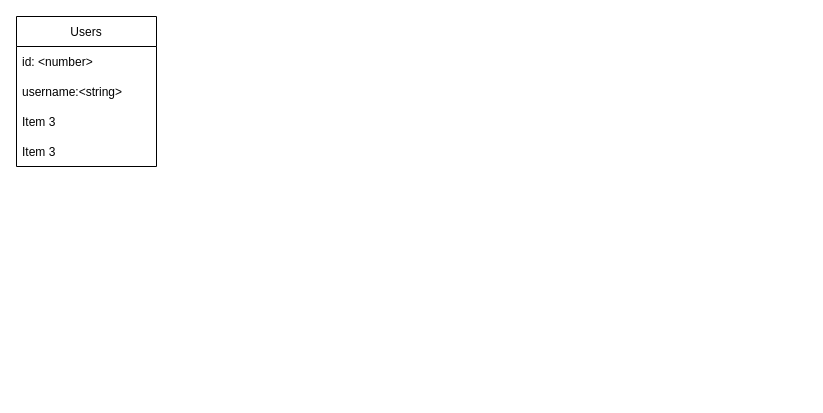
89224747505/diagrams keeps this draw.io diagram as Social DB.drawio. Above is the earlier version. Source tidied: cells renumbered, new cells numbered last; positions are measured from the earlier drawing's top-left corner, leaving out a move shared by most shapes. Both pictures are drawn from the tidied source at 100%, with x=0, y=0 at pixel (16, 16).
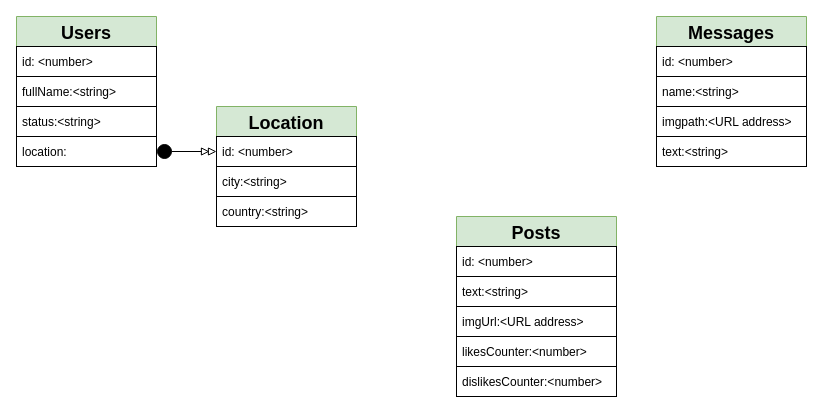
Above is the later version.

What changed in the source:
```diff
@@
-    <mxCell id="2" value="Users" style="swimlane;fontStyle=0;horizontal=1;startSize=30;" parent="1" vertex="1">
+    <mxCell id="2" value="Users" style="swimlane;fontStyle=1;horizontal=1;startSize=30;fontSize=18;fillColor=#d5e8d4;strokeColor=#82b366;" parent="1" vertex="1">
       <mxGeometry width="140" height="150" as="geometry" />
     </mxCell>
-    <mxCell id="3" value="id: &lt;number&gt;" style="text;strokeColor=none;fillColor=none;align=left;verticalAlign=middle;spacingLeft=4;spacingRight=4;overflow=hidden;" parent="2" vertex="1">
+    <mxCell id="3" value="id: &lt;number&gt;" style="text;strokeColor=default;fillColor=none;align=left;verticalAlign=middle;spacingLeft=4;spacingRight=4;overflow=hidden;" parent="2" vertex="1">
       <mxGeometry y="30" width="140" height="30" as="geometry" />
     </mxCell>
-    <mxCell id="4" value="username:&lt;string&gt;" style="text;strokeColor=none;fillColor=none;align=left;verticalAlign=middle;spacingLeft=4;spacingRight=4;overflow=hidden;" parent="2" vertex="1">
+    <mxCell id="4" value="fullName:&lt;string&gt;" style="text;strokeColor=default;fillColor=none;align=left;verticalAlign=middle;spacingLeft=4;spacingRight=4;overflow=hidden;" parent="2" vertex="1">
       <mxGeometry y="60" width="140" height="30" as="geometry" />
     </mxCell>
-    <mxCell id="5" value="Item 3" style="text;strokeColor=none;fillColor=none;align=left;verticalAlign=middle;spacingLeft=4;spacingRight=4;overflow=hidden;" parent="2" vertex="1">
+    <mxCell id="5" value="status:&lt;string&gt;" style="text;strokeColor=default;fillColor=none;align=left;verticalAlign=middle;spacingLeft=4;spacingRight=4;overflow=hidden;glass=0;" parent="2" vertex="1">
       <mxGeometry y="90" width="140" height="30" as="geometry" />
     </mxCell>
-    <mxCell id="6" value="Item 3" style="text;strokeColor=none;fillColor=none;align=left;verticalAlign=middle;spacingLeft=4;spacingRight=4;overflow=hidden;points=[[0,0.5],[1,0.5]];portConstraint=eastwest;" parent="2" vertex="1">
+    <mxCell id="6" value="location:" style="text;strokeColor=default;fillColor=none;align=left;verticalAlign=middle;spacingLeft=4;spacingRight=4;overflow=hidden;points=[[0,0.5],[1,0.5]];portConstraint=eastwest;" parent="2" vertex="1">
       <mxGeometry y="120" width="140" height="30" as="geometry" />
     </mxCell>
+    <mxCell id="7" value="Posts" style="swimlane;fontStyle=1;horizontal=1;startSize=30;fontSize=18;fillColor=#d5e8d4;strokeColor=#82b366;" parent="1" vertex="1">
+      <mxGeometry x="440" y="200" width="160" height="180" as="geometry" />
+    </mxCell>
+    <mxCell id="8" value="id: &lt;number&gt;" style="text;strokeColor=default;fillColor=none;align=left;verticalAlign=middle;spacingLeft=4;spacingRight=4;overflow=hidden;" parent="7" vertex="1">
+      <mxGeometry y="30" width="160" height="30" as="geometry" />
+    </mxCell>
+    <mxCell id="9" value="text:&lt;string&gt;" style="text;strokeColor=default;fillColor=none;align=left;verticalAlign=middle;spacingLeft=4;spacingRight=4;overflow=hidden;" parent="7" vertex="1">
+      <mxGeometry y="60" width="160" height="30" as="geometry" />
+    </mxCell>
+    <mxCell id="10" value="imgUrl:&lt;URL address&gt;" style="text;strokeColor=default;fillColor=none;align=left;verticalAlign=middle;spacingLeft=4;spacingRight=4;overflow=hidden;glass=0;" parent="7" vertex="1">
+      <mxGeometry y="90" width="160" height="30" as="geometry" />
+    </mxCell>
+    <mxCell id="11" value="likesCounter:&lt;number&gt;" style="text;strokeColor=default;fillColor=none;align=left;verticalAlign=middle;spacingLeft=4;spacingRight=4;overflow=hidden;" parent="7" vertex="1">
+      <mxGeometry y="120" width="160" height="30" as="geometry" />
+    </mxCell>
+    <mxCell id="12" value="dislikesCounter:&lt;number&gt;" style="text;strokeColor=default;fillColor=none;align=left;verticalAlign=middle;spacingLeft=4;spacingRight=4;overflow=hidden;" parent="7" vertex="1">
+      <mxGeometry y="150" width="160" height="30" as="geometry" />
+    </mxCell>
+    <mxCell id="13" value="Messages" style="swimlane;fontStyle=1;horizontal=1;startSize=30;fontSize=18;fillColor=#d5e8d4;strokeColor=#82b366;" parent="1" vertex="1">
+      <mxGeometry x="640" width="150" height="150" as="geometry" />
+    </mxCell>
+    <mxCell id="14" value="id: &lt;number&gt;" style="text;strokeColor=default;fillColor=none;align=left;verticalAlign=middle;spacingLeft=4;spacingRight=4;overflow=hidden;" parent="13" vertex="1">
+      <mxGeometry y="30" width="150" height="30" as="geometry" />
+    </mxCell>
+    <mxCell id="15" value="name:&lt;string&gt;" style="text;strokeColor=default;fillColor=none;align=left;verticalAlign=middle;spacingLeft=4;spacingRight=4;overflow=hidden;" parent="13" vertex="1">
+      <mxGeometry y="60" width="150" height="30" as="geometry" />
+    </mxCell>
+    <mxCell id="16" value="imgpath:&lt;URL address&gt;" style="text;strokeColor=default;fillColor=none;align=left;verticalAlign=middle;spacingLeft=4;spacingRight=4;overflow=hidden;glass=0;" parent="13" vertex="1">
+      <mxGeometry y="90" width="150" height="30" as="geometry" />
+    </mxCell>
+    <mxCell id="17" value="text:&lt;string&gt;" style="text;strokeColor=default;fillColor=none;align=left;verticalAlign=middle;spacingLeft=4;spacingRight=4;overflow=hidden;" parent="13" vertex="1">
+      <mxGeometry y="120" width="150" height="30" as="geometry" />
+    </mxCell>
+    <mxCell id="18" value="Location" style="swimlane;fontStyle=1;horizontal=1;startSize=30;fontSize=18;fillColor=#d5e8d4;strokeColor=#82b366;" parent="1" vertex="1">
+      <mxGeometry x="200" y="90" width="140" height="120" as="geometry" />
+    </mxCell>
+    <mxCell id="19" value="id: &lt;number&gt;" style="text;strokeColor=default;fillColor=none;align=left;verticalAlign=middle;spacingLeft=4;spacingRight=4;overflow=hidden;points=[[0,0.5],[1,0.5]];portConstraint=eastwest;" parent="18" vertex="1">
+      <mxGeometry y="30" width="140" height="30" as="geometry" />
+    </mxCell>
+    <mxCell id="20" value="city:&lt;string&gt;" style="text;strokeColor=default;fillColor=none;align=left;verticalAlign=middle;spacingLeft=4;spacingRight=4;overflow=hidden;" parent="18" vertex="1">
+      <mxGeometry y="60" width="140" height="30" as="geometry" />
+    </mxCell>
+    <mxCell id="21" value="country:&lt;string&gt;" style="text;strokeColor=default;fillColor=none;align=left;verticalAlign=middle;spacingLeft=4;spacingRight=4;overflow=hidden;glass=0;" parent="18" vertex="1">
+      <mxGeometry y="90" width="140" height="30" as="geometry" />
+    </mxCell>
+    <mxCell id="22" style="edgeStyle=orthogonalEdgeStyle;rounded=0;jettySize=auto;html=1;exitX=1;exitY=0.5;exitDx=0;exitDy=0;entryX=0;entryY=0.5;entryDx=0;entryDy=0;startArrow=circle;startFill=1;endArrow=doubleBlock;endFill=0;" parent="1" edge="1" source="6" target="19">
+      <mxGeometry relative="1" as="geometry" />
+    </mxCell>
```
